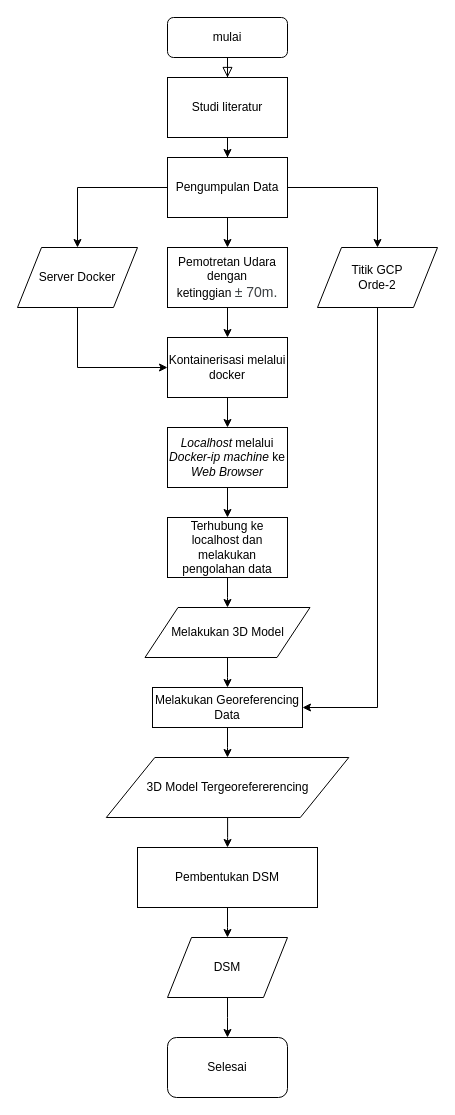
Above: Untitled Diagram.drawio in marshallalkarim/hello-world (draw.io), before the change. Source tidied: cells renumbered, new cells numbered last; positions are measured from the earlier drawing's top-left corner, leaving out a move shared by most shapes. Both pictures are drawn from the tidied source at 100%, with x=0, y=0 at pixel (17, 17).
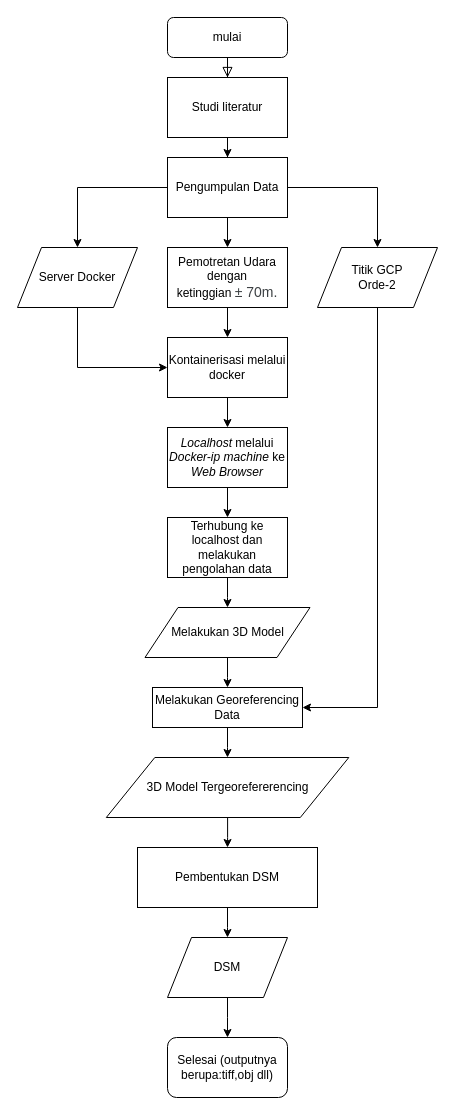
The same diagram, later.

Commit message:
selesai cuk

What changed in the source:
```diff
@@
-    <mxCell id="32" value="Selesai" style="rounded=1;whiteSpace=wrap;html=1;" parent="1" vertex="1">
+    <mxCell id="32" value="Selesai (outputnya berupa:tiff,obj dll)" style="rounded=1;whiteSpace=wrap;html=1;" parent="1" vertex="1">
       <mxGeometry x="150" y="1020" width="120" height="60" as="geometry" />
     </mxCell>
```
